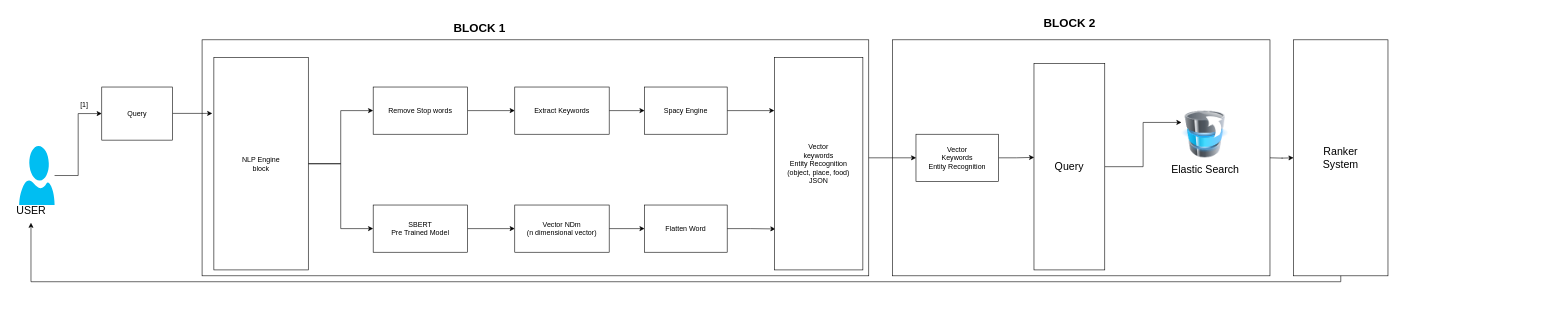
This is searchEngine.drawio from thesourabhk/majorProjectDiagrams, a draw.io file, before an edit. Source tidied: cells renumbered, new cells numbered last; positions are measured from the earlier drawing's top-left corner, leaving out a move shared by most shapes. Both pictures are drawn from the tidied source at 59%, with x=0, y=0 at pixel (10, 10). Pictures stored in the file or linked from it are replaced by grey dashed boxes.
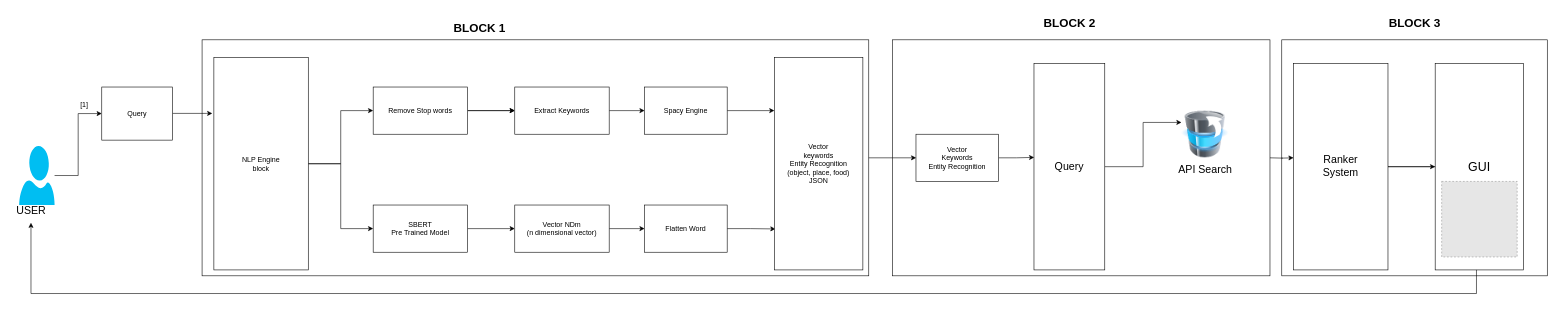
The same page after the edit.

The change refers to these unchanged cells:
```xml
<mxCell id="13" value="Remove Stop words" style="rounded=0;whiteSpace=wrap;html=1;" parent="1" vertex="1">
  <mxGeometry x="615" y="130" width="160" height="80" as="geometry" />
</mxCell>
<mxCell id="15" value="Extract Keywords" style="rounded=0;whiteSpace=wrap;html=1;" parent="1" vertex="1">
  <mxGeometry x="855" y="130" width="160" height="80" as="geometry" />
</mxCell>
<mxCell id="37" value="USER&lt;br&gt;" style="text;html=1;align=center;verticalAlign=middle;points=[];strokeColor=none;fillColor=none;fontSize=18;" parent="1" vertex="1">
  <mxGeometry y="320" width="70" height="40" as="geometry" />
</mxCell>
```

The edit, as a diff of the source:
```diff
@@
+    <mxCell id="38" style="edgeStyle=orthogonalEdgeStyle;rounded=0;jettySize=auto;html=1;" parent="1" edge="1" source="13" target="15">
+      <mxGeometry relative="1" as="geometry" />
+    </mxCell>
@@
-    <mxCell id="31" value="Elastic Search&lt;br&gt;" style="text;html=1;align=center;verticalAlign=middle;strokeColor=none;fillColor=none;fontSize=18;" parent="1" vertex="1">
-      <mxGeometry x="1955" y="250" width="140" height="40" as="geometry" />
+    <mxCell id="31" value="API Search" style="text;html=1;align=center;verticalAlign=middle;strokeColor=none;fillColor=none;fontSize=18;" parent="1" vertex="1">
+      <mxGeometry x="1970" y="250" width="110" height="40" as="geometry" />
     </mxCell>
@@
-    <mxCell id="34" style="rounded=0;whiteSpace=wrap;html=1;fontSize=18;fillColor=none;" parent="1" vertex="1">
-      <mxGeometry x="1495" y="50" width="640" height="400" as="geometry" />
-    </mxCell>
     <mxCell id="35" style="edgeStyle=orthogonalEdgeStyle;rounded=0;jettySize=auto;html=1;fontSize=18;" parent="1" edge="1" source="36" target="37">
       <mxGeometry relative="1" as="geometry">
         <Array as="points">
-          <mxPoint x="2255" y="460" />
-          <mxPoint x="35" y="460" />
+          <mxPoint x="2485" y="265" />
+          <mxPoint x="2485" y="480" />
+          <mxPoint x="35" y="480" />
         </Array>
       </mxGeometry>
     </mxCell>
+    <mxCell id="39" style="edgeStyle=orthogonalEdgeStyle;rounded=0;jettySize=auto;html=1;entryX=0;entryY=0.5;entryDx=0;entryDy=0;" parent="1" edge="1" source="36" target="41">
+      <mxGeometry relative="1" as="geometry" />
+    </mxCell>
-    <mxCell id="36" value="Ranker&lt;br&gt;System" style="rounded=0;whiteSpace=wrap;html=1;fontSize=18;fillColor=none;" parent="1" vertex="1">
-      <mxGeometry x="2175" y="50" width="160" height="400" as="geometry" />
+    <mxCell id="36" value="Ranker&lt;br&gt;System" style="rounded=0;whiteSpace=wrap;html=1;fontSize=18;fillColor=default;" parent="1" vertex="1">
+      <mxGeometry x="2175" y="90" width="160" height="350" as="geometry" />
     </mxCell>
@@
+    <mxCell id="40" style="rounded=0;whiteSpace=wrap;html=1;fillColor=none;" parent="1" vertex="1">
+      <mxGeometry x="1495" y="50" width="640" height="400" as="geometry" />
+    </mxCell>
+    <mxCell id="41" value="&lt;font style=&quot;font-size: 21px;&quot;&gt;GUI&lt;/font&gt;" style="rounded=0;whiteSpace=wrap;html=1;fillColor=default;" parent="1" vertex="1">
+      <mxGeometry x="2415" y="90" width="150" height="350" as="geometry" />
+    </mxCell>
+    <mxCell id="42" style="rounded=0;whiteSpace=wrap;html=1;fontSize=21;fillColor=none;" parent="1" vertex="1">
+      <mxGeometry x="2155" y="50" width="450" height="400" as="geometry" />
+    </mxCell>
+    <mxCell id="43" value="&lt;b&gt;&lt;font style=&quot;font-size: 20px;&quot;&gt;BLOCK 3&lt;/font&gt;&lt;/b&gt;" style="text;html=1;align=center;verticalAlign=middle;strokeColor=none;fillColor=none;" parent="1" vertex="1">
+      <mxGeometry x="2325" width="110" height="40" as="geometry" />
+    </mxCell>
+    <mxCell id="44" style="fillColor=#E6E6E6;strokeColor=#999999;dashed=1;html=1;verticalAlign=top;verticalLabelPosition=bottom;labelBackgroundColor=#ffffff;fontSize=21;" parent="1" vertex="1">
+      <mxGeometry x="2426" y="290" width="128" height="128" as="geometry" />
+    </mxCell>
```
